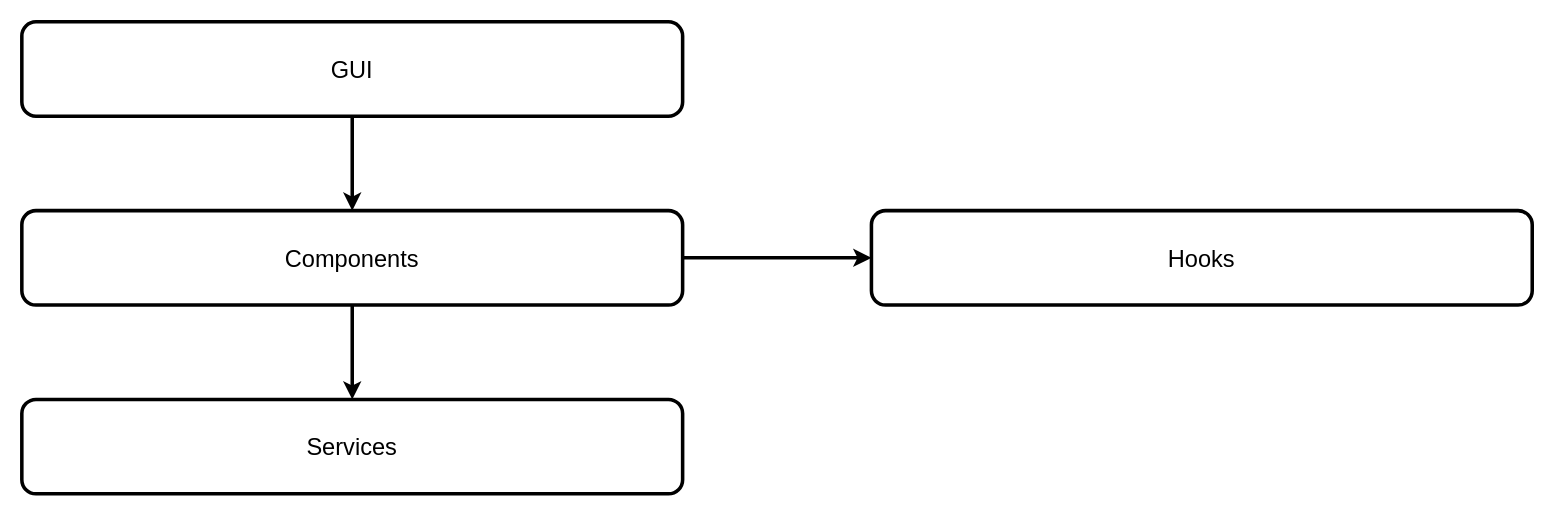
Earlier version of the draw.io diagram diagrams/frontend-overview.drawio (seinol/capwatch-documentation). Source tidied: cells renumbered, new cells numbered last; positions are measured from the earlier drawing's top-left corner, leaving out a move shared by most shapes. Both pictures are drawn from the tidied source at 118%, with x=0, y=0 at pixel (21, 21).
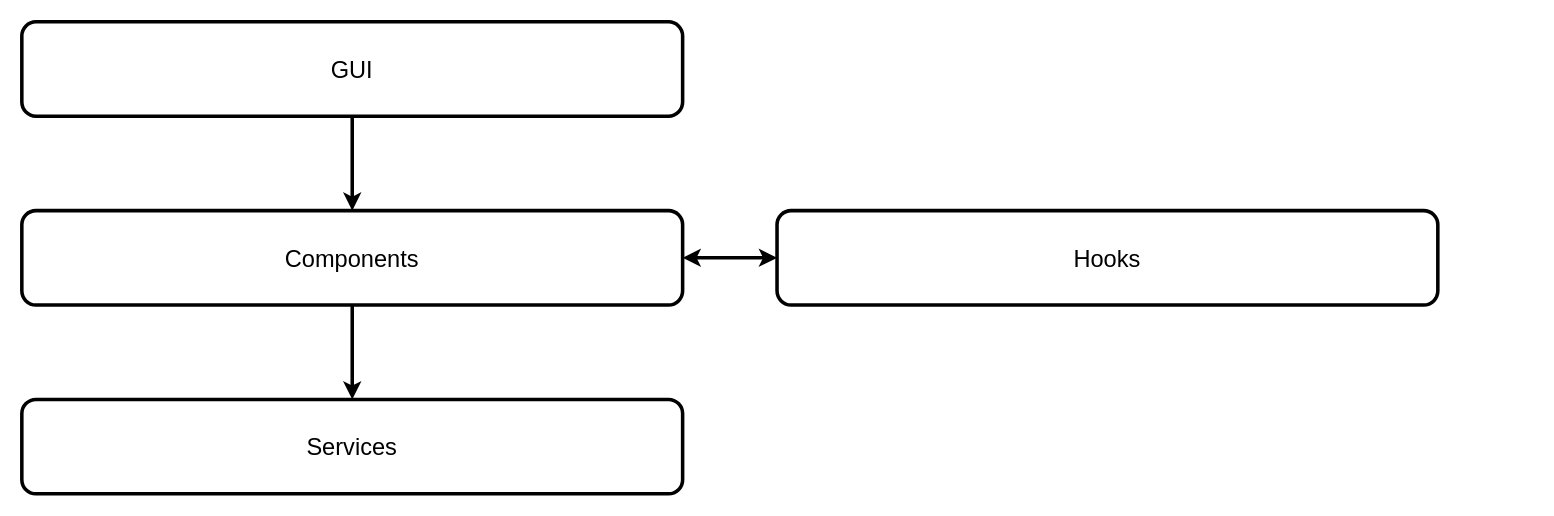
The same page after the edit.

Commit message (it also covers changes not shown here):
fix: reformat documentation - CAPW-139

Diff of the diagram source:
```diff
@@
 <mxGraphModel background="#ffffff">
   <root>
     <mxCell id="0" />
     <mxCell id="1" parent="0" />
     <mxCell id="2" value="GUI" style="whiteSpace=wrap;html=1;rounded=1;shadow=0;strokeWidth=3;fontSize=20;align=center;fillColor=#FFFFFF;" parent="1" vertex="1">
       <mxGeometry width="560" height="80" as="geometry" />
     </mxCell>
     <mxCell id="3" value="Components" style="whiteSpace=wrap;html=1;rounded=1;shadow=0;strokeWidth=3;fontSize=20;align=center;fillColor=#FFFFFF;" parent="1" vertex="1">
       <mxGeometry y="160" width="560" height="80" as="geometry" />
     </mxCell>
     <mxCell id="4" value="Services" style="whiteSpace=wrap;html=1;rounded=1;shadow=0;strokeWidth=3;fontSize=20;align=center;fillColor=#FFFFFF;" parent="1" vertex="1">
       <mxGeometry y="320" width="560" height="80" as="geometry" />
     </mxCell>
     <mxCell id="5" style="endArrow=classic;html=1;exitX=0.5;exitY=1;exitDx=0;exitDy=0;strokeWidth=3;" parent="1" edge="1" source="2" target="3">
       <mxGeometry relative="1" as="geometry" />
     </mxCell>
     <mxCell id="6" style="endArrow=classic;html=1;exitX=0.5;exitY=1;exitDx=0;exitDy=0;entryX=0.5;entryY=0;entryDx=0;entryDy=0;strokeWidth=3;" parent="1" edge="1" source="3" target="4">
       <mxGeometry relative="1" as="geometry" />
     </mxCell>
     <mxCell id="7" value="Hooks" style="whiteSpace=wrap;html=1;rounded=1;shadow=0;strokeWidth=3;fontSize=20;align=center;fillColor=#FFFFFF;" parent="1" vertex="1">
-      <mxGeometry x="720" y="160" width="560" height="80" as="geometry" />
+      <mxGeometry x="640" y="160" width="560" height="80" as="geometry" />
     </mxCell>
-    <mxCell id="8" style="endArrow=classic;html=1;exitX=1;exitY=0.5;exitDx=0;exitDy=0;strokeWidth=3;entryX=0;entryY=0.5;entryDx=0;entryDy=0;" parent="1" edge="1" source="3" target="7">
+    <mxCell id="8" style="endArrow=classic;html=1;exitX=1;exitY=0.5;exitDx=0;exitDy=0;strokeWidth=3;entryX=0;entryY=0.5;entryDx=0;entryDy=0;startArrow=classic;startFill=1;" parent="1" edge="1" source="3" target="7">
       <mxGeometry relative="1" as="geometry" />
     </mxCell>
   </root>
 </mxGraphModel>
```
